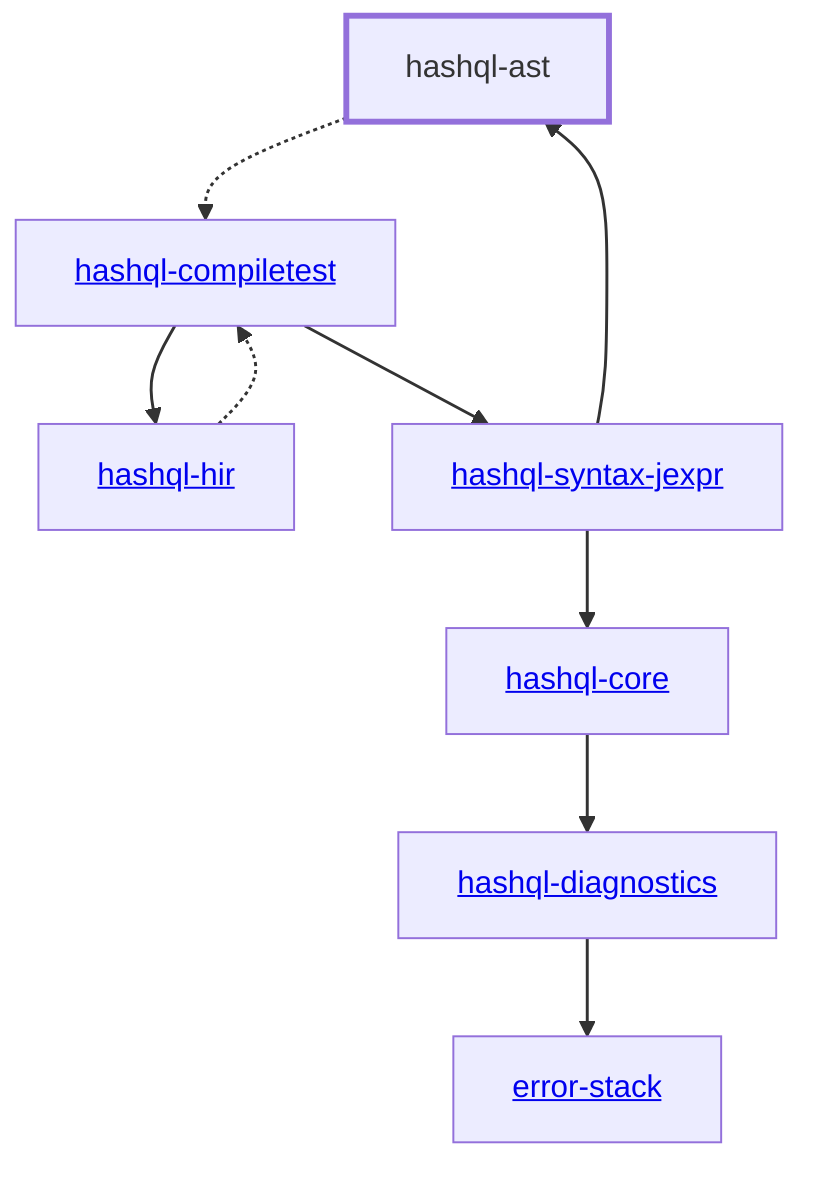
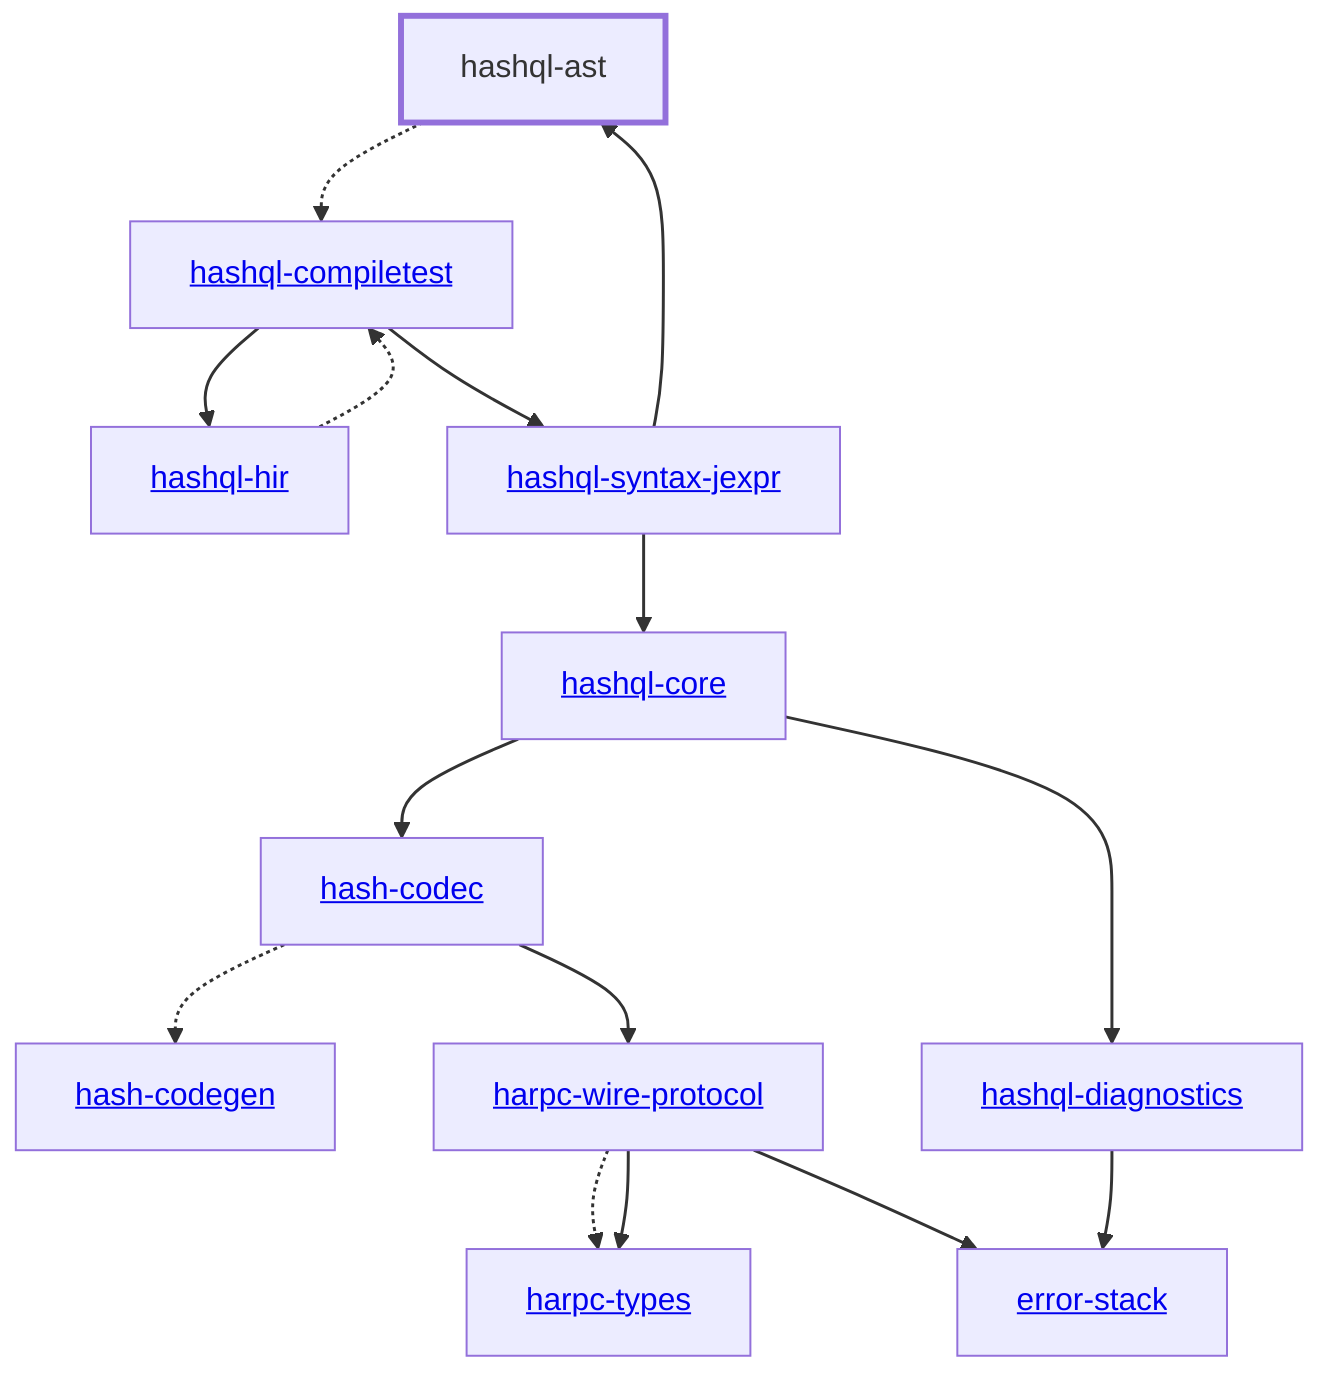
graph TD
    linkStyle default stroke-width:1.5px
    classDef default stroke-width:1px
    classDef root stroke-width:3px
    classDef dev stroke-width:1px
    classDef build stroke-width:1px
    %% Legend
    %% --> : Normal dependency
    %% -.-> : Dev dependency
    %% ---> : Build dependency
-     0[hashql-ast]
-     class 0 root
-     1[<a href="../hashql_compiletest">hashql-compiletest</a>]
-     2[<a href="../hashql_core">hashql-core</a>]
-     3[<a href="../hashql_diagnostics">hashql-diagnostics</a>]
-     4[<a href="../hashql_hir">hashql-hir</a>]
-     5[<a href="../hashql_syntax_jexpr">hashql-syntax-jexpr</a>]
-     6[<a href="../error_stack">error-stack</a>]
+     0[<a href="../hash_codec">hash-codec</a>]
+     1[<a href="../hash_codegen">hash-codegen</a>]
+     2[<a href="../harpc_types">harpc-types</a>]
+     3[<a href="../harpc_wire_protocol">harpc-wire-protocol</a>]
+     4[hashql-ast]
+     class 4 root
+     5[<a href="../hashql_compiletest">hashql-compiletest</a>]
+     6[<a href="../hashql_core">hashql-core</a>]
+     7[<a href="../hashql_diagnostics">hashql-diagnostics</a>]
+     8[<a href="../hashql_hir">hashql-hir</a>]
+     9[<a href="../hashql_syntax_jexpr">hashql-syntax-jexpr</a>]
+     10[<a href="../error_stack">error-stack</a>]
    0 -.-> 1
-     1 --> 4
-     1 --> 5
-     2 --> 3
-     3 --> 6
-     4 -.-> 1
-     5 --> 0
-     5 --> 2
+     0 --> 3
+     3 -.-> 2
+     3 --> 2
+     3 --> 10
+     4 -.-> 5
+     5 --> 8
+     5 --> 9
+     6 --> 0
+     6 --> 7
+     7 --> 10
+     8 -.-> 5
+     9 --> 4
+     9 --> 6
